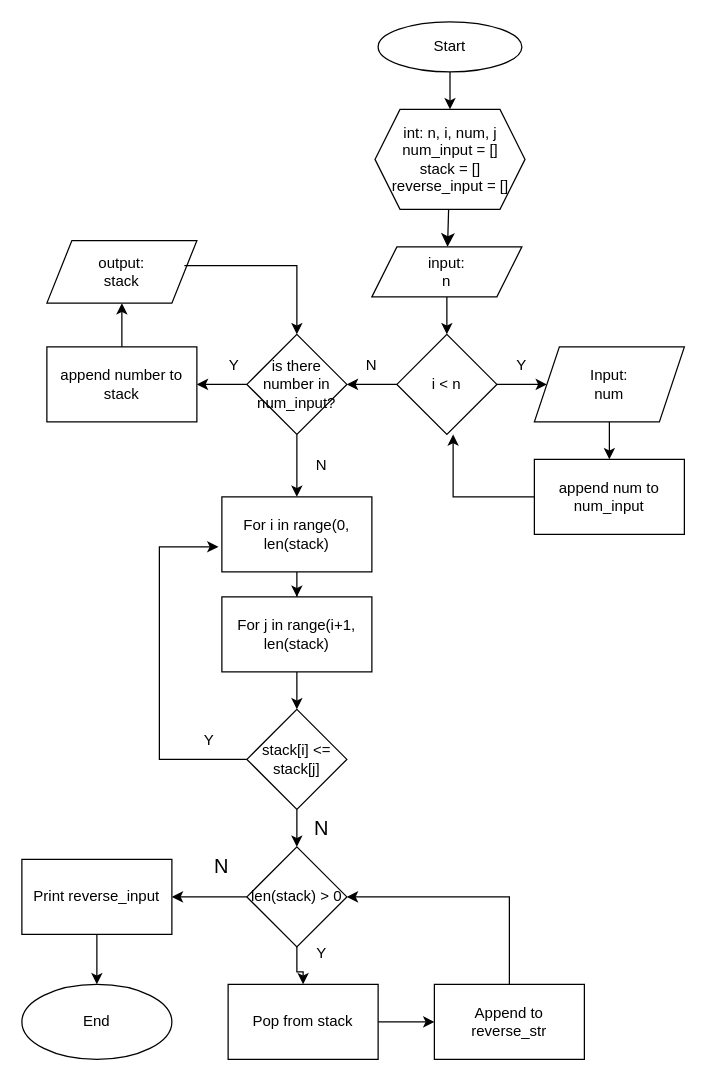
Before: Alpro7-2(2).drawio in 1nnocentia/Flowchart, a draw.io diagram. Source tidied: cells renumbered, new cells numbered last; positions are measured from the earlier drawing's top-left corner, leaving out a move shared by most shapes. Both pictures are drawn from the tidied source at 125%, with x=0, y=0 at pixel (21, 21).
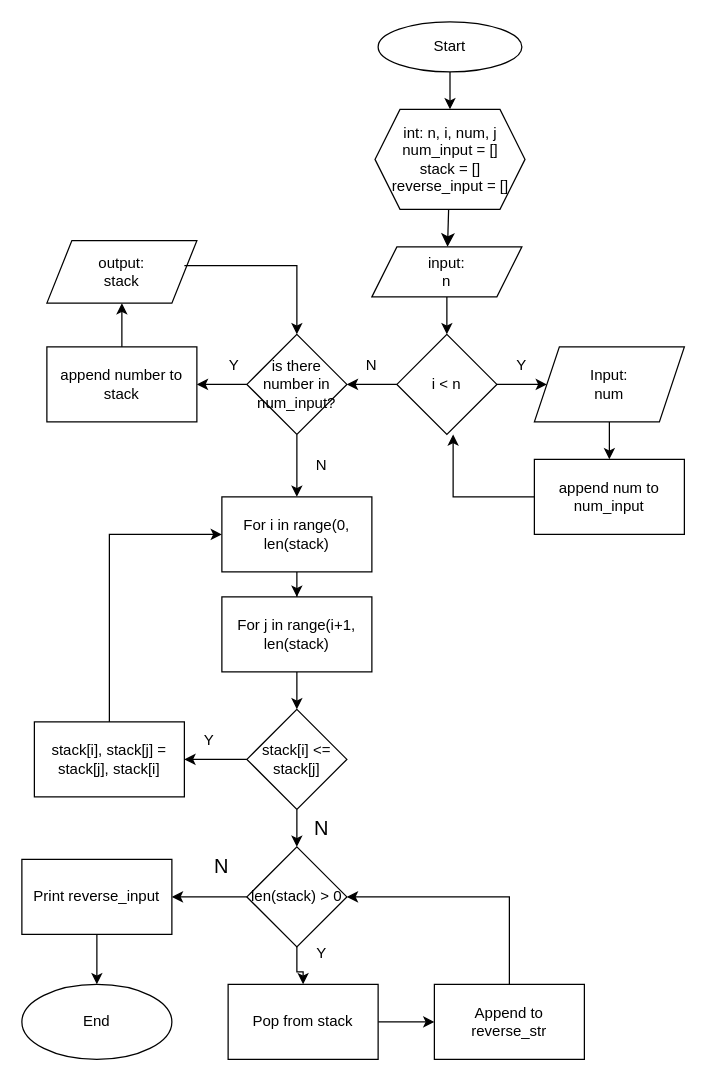
Above is the later version.

Unchanged cells that the change refers to:
```xml
<mxCell id="27" value="For i in range(0, len(stack)" style="rounded=0;whiteSpace=wrap;html=1;" parent="1" vertex="1">
  <mxGeometry x="160" y="380" width="120" height="60" as="geometry" />
</mxCell>
<mxCell id="31" value="stack[i] &amp;lt;= stack[j]" style="rhombus;whiteSpace=wrap;html=1;" parent="1" vertex="1">
  <mxGeometry x="180" y="550" width="80" height="80" as="geometry" />
</mxCell>
```

What changed in the source:
```diff
@@
+    <mxCell id="47" style="edgeStyle=orthogonalEdgeStyle;rounded=0;jettySize=auto;html=1;" parent="1" edge="1" source="31" target="49">
+      <mxGeometry relative="1" as="geometry" />
+    </mxCell>
@@
-    <mxCell id="32" style="endArrow=classic;html=1;rounded=0;exitX=0;exitY=0.5;exitDx=0;exitDy=0;entryX=-0.023;entryY=0.666;entryDx=0;entryDy=0;entryPerimeter=0;" parent="1" edge="1" source="31" target="27">
-      <mxGeometry relative="1" as="geometry">
-        <Array as="points">
-          <mxPoint x="110" y="590" />
-          <mxPoint x="110" y="420" />
-        </Array>
-      </mxGeometry>
-    </mxCell>
@@
+    <mxCell id="48" style="edgeStyle=orthogonalEdgeStyle;rounded=0;jettySize=auto;html=1;entryX=0;entryY=0.5;entryDx=0;entryDy=0;" parent="1" edge="1" source="49" target="27">
+      <mxGeometry relative="1" as="geometry">
+        <Array as="points">
+          <mxPoint x="70" y="410" />
+        </Array>
+      </mxGeometry>
+    </mxCell>
+    <mxCell id="49" value="stack[i], stack[j] = stack[j], stack[i]" style="rounded=0;whiteSpace=wrap;html=1;" parent="1" vertex="1">
+      <mxGeometry x="10" y="560" width="120" height="60" as="geometry" />
+    </mxCell>
```
